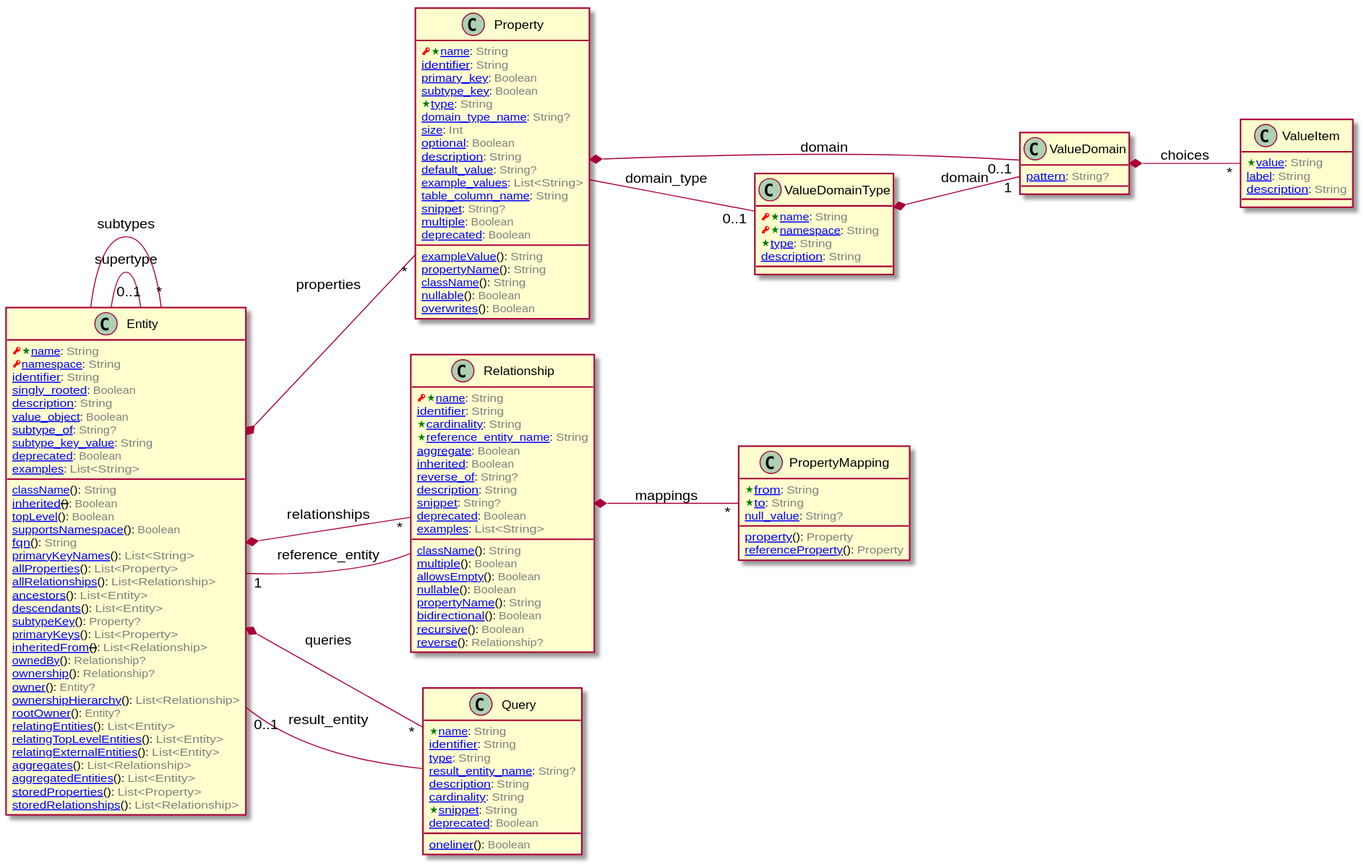
Earlier version of the PlantUML export doc/image/model-diagram.svg (laplacian-core/metamodel).
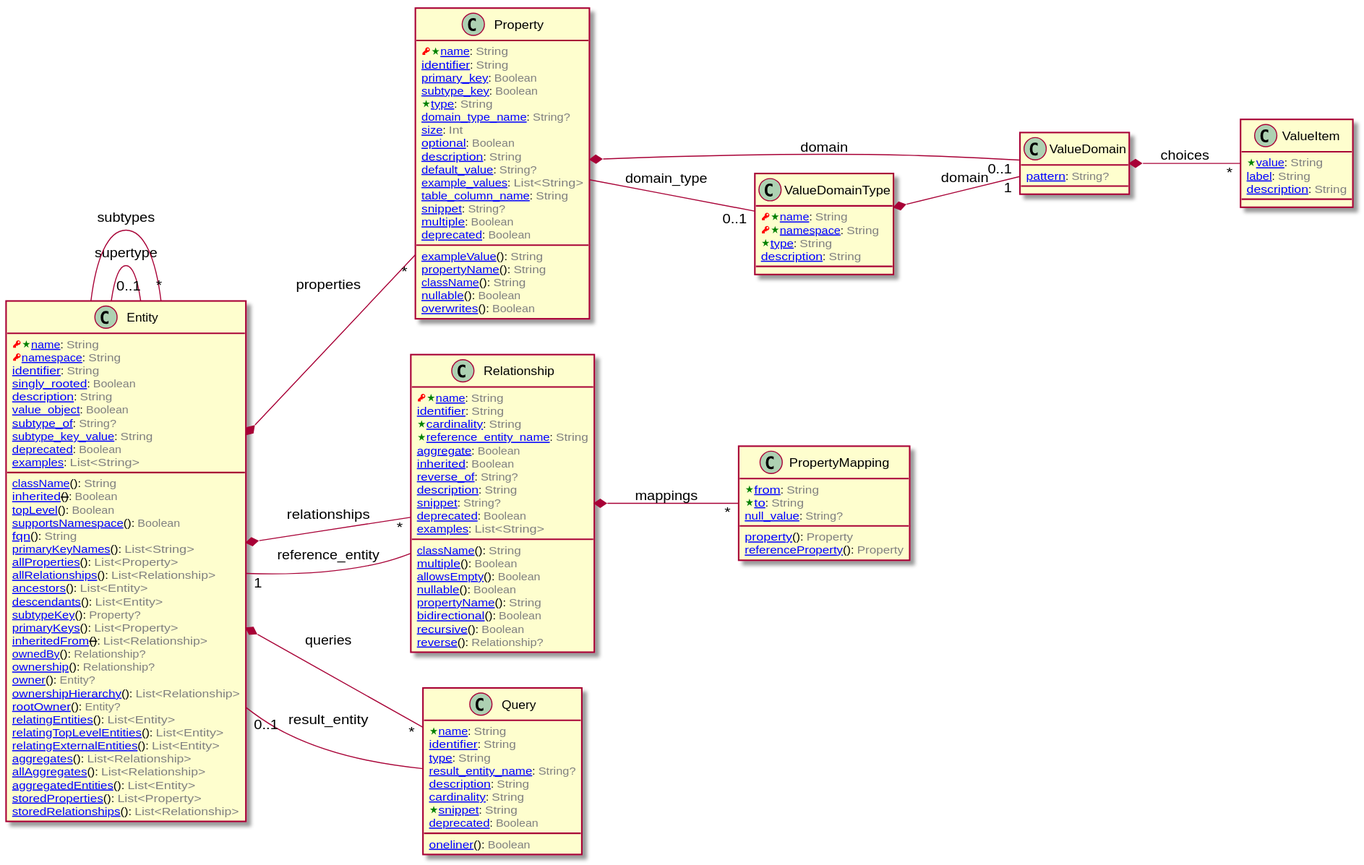
Above is the later version.

Commit message:
add an relationship to the entity model

Change to the diagram source:
```diff
@@ -35,6 +35,7 @@
   [[/blob/master/doc/entities/Entity.md#relating_top_level_entities-listEntity relatingTopLevelEntities]](): <color:GRAY>List<Entity></color>
   [[/blob/master/doc/entities/Entity.md#relating_external_entities-listEntity relatingExternalEntities]](): <color:GRAY>List<Entity></color>
   [[/blob/master/doc/entities/Entity.md#aggregates-listRelationship aggregates]](): <color:GRAY>List<Relationship></color>
+  [[/blob/master/doc/entities/Entity.md#all_aggregates-listRelationship allAggregates]](): <color:GRAY>List<Relationship></color>
   [[/blob/master/doc/entities/Entity.md#aggregated_entities-listEntity aggregatedEntities]](): <color:GRAY>List<Entity></color>
   [[/blob/master/doc/entities/Entity.md#stored_properties-listProperty storedProperties]](): <color:GRAY>List<Property></color>
   [[/blob/master/doc/entities/Entity.md#stored_relationships-listRelationship storedRelationships]](): <color:GRAY>List<Relationship></color>
```
